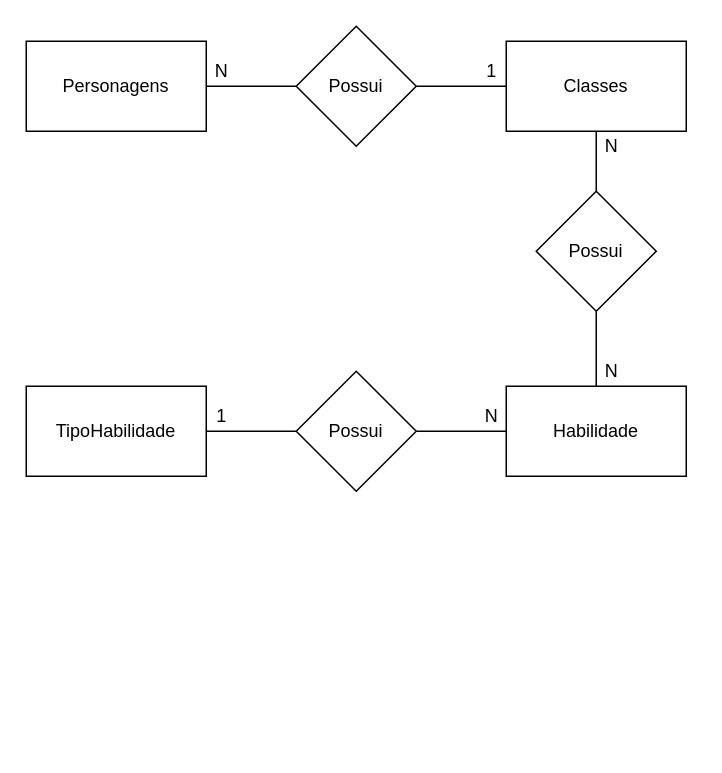
Above: page "conceitual" (1 of 2) of DesafioHROADS/MODELOS/DiagramaConceitualHROADS.drawio in Vitormanoel-melo/Sprint-1_BD_Relacional (draw.io), before the change. Source tidied: cells renumbered, new cells numbered last; positions are measured from the earlier drawing's top-left corner, leaving out a move shared by most shapes. Both pictures are drawn from the tidied source at 150%, with x=0, y=0 at pixel (26, 26).
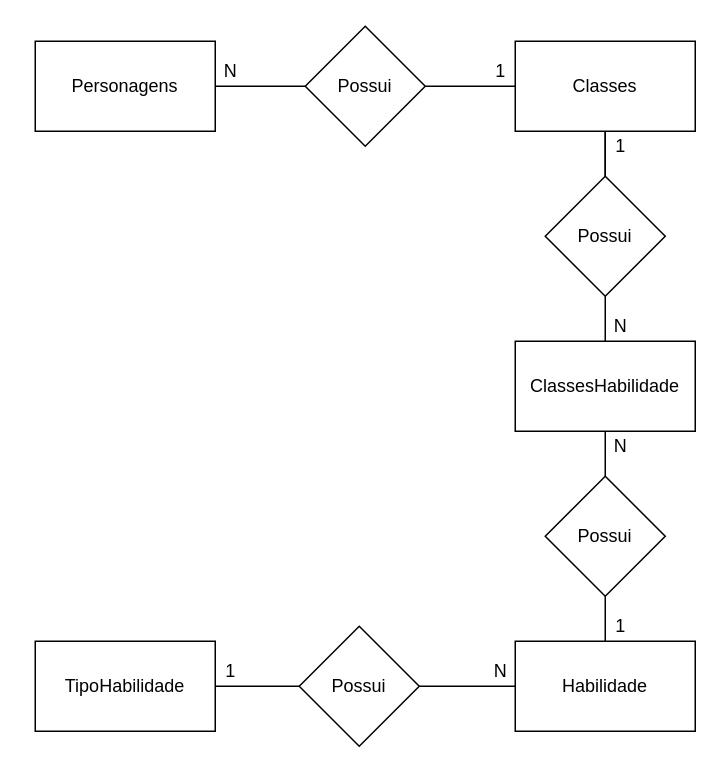
After the change.

The edit, as a diff of the source:
```diff
@@
     <mxCell id="2" value="Personagens" style="rounded=0;whiteSpace=wrap;html=1;" parent="1" vertex="1">
-      <mxGeometry y="10" width="120" height="60" as="geometry" />
+      <mxGeometry x="6" y="10" width="120" height="60" as="geometry" />
     </mxCell>
+    <mxCell id="21" style="edgeStyle=orthogonalEdgeStyle;rounded=0;jettySize=auto;html=1;endArrow=none;endFill=0;" parent="1" edge="1" source="3" target="26">
+      <mxGeometry relative="1" as="geometry" />
+    </mxCell>
     <mxCell id="3" value="Classes" style="rounded=0;whiteSpace=wrap;html=1;" parent="1" vertex="1">
-      <mxGeometry x="320" y="10" width="120" height="60" as="geometry" />
+      <mxGeometry x="326" y="10" width="120" height="60" as="geometry" />
     </mxCell>
     <mxCell id="4" value="Habilidade" style="rounded=0;whiteSpace=wrap;html=1;" parent="1" vertex="1">
-      <mxGeometry x="320" y="240" width="120" height="60" as="geometry" />
+      <mxGeometry x="326" y="410" width="120" height="60" as="geometry" />
     </mxCell>
     <mxCell id="5" value="TipoHabilidade" style="rounded=0;whiteSpace=wrap;html=1;" parent="1" vertex="1">
-      <mxGeometry y="240" width="120" height="60" as="geometry" />
+      <mxGeometry x="6" y="410" width="120" height="60" as="geometry" />
     </mxCell>
@@
     <mxCell id="8" value="Possui" style="rhombus;whiteSpace=wrap;html=1;" parent="1" vertex="1">
-      <mxGeometry x="180" width="80" height="80" as="geometry" />
+      <mxGeometry x="186" width="80" height="80" as="geometry" />
     </mxCell>
     <mxCell id="9" value="N" style="text;html=1;align=center;verticalAlign=middle;" parent="1" vertex="1">
-      <mxGeometry x="120" y="20" width="20" height="20" as="geometry" />
+      <mxGeometry x="126" y="20" width="20" height="20" as="geometry" />
     </mxCell>
     <mxCell id="10" value="1" style="text;html=1;align=center;verticalAlign=middle;" parent="1" vertex="1">
-      <mxGeometry x="300" y="20" width="20" height="20" as="geometry" />
+      <mxGeometry x="306" y="20" width="20" height="20" as="geometry" />
     </mxCell>
-    <mxCell id="11" style="edgeStyle=orthogonalEdgeStyle;rounded=0;jettySize=auto;html=1;endArrow=none;endFill=0;" parent="1" edge="1" source="13" target="3">
-      <mxGeometry relative="1" as="geometry" />
-    </mxCell>
@@
+    <mxCell id="22" style="edgeStyle=orthogonalEdgeStyle;rounded=0;jettySize=auto;html=1;endArrow=none;endFill=0;" parent="1" edge="1" source="13" target="23">
+      <mxGeometry relative="1" as="geometry" />
+    </mxCell>
     <mxCell id="13" value="Possui" style="rhombus;whiteSpace=wrap;html=1;" parent="1" vertex="1">
-      <mxGeometry x="340" y="110" width="80" height="80" as="geometry" />
+      <mxGeometry x="346" y="300" width="80" height="80" as="geometry" />
     </mxCell>
-    <mxCell id="14" value="N" style="text;html=1;align=center;verticalAlign=middle;" parent="1" vertex="1">
-      <mxGeometry x="380" y="220" width="20" height="20" as="geometry" />
+    <mxCell id="14" value="1" style="text;html=1;align=center;verticalAlign=middle;" parent="1" vertex="1">
+      <mxGeometry x="386" y="390" width="20" height="20" as="geometry" />
     </mxCell>
-    <mxCell id="15" value="N" style="text;html=1;align=center;verticalAlign=middle;" parent="1" vertex="1">
-      <mxGeometry x="380" y="70" width="20" height="20" as="geometry" />
-    </mxCell>
@@
     <mxCell id="18" value="Possui" style="rhombus;whiteSpace=wrap;html=1;" parent="1" vertex="1">
-      <mxGeometry x="180" y="230" width="80" height="80" as="geometry" />
+      <mxGeometry x="182" y="400" width="80" height="80" as="geometry" />
     </mxCell>
     <mxCell id="19" value="1" style="text;html=1;align=center;verticalAlign=middle;" parent="1" vertex="1">
-      <mxGeometry x="120" y="250" width="20" height="20" as="geometry" />
+      <mxGeometry x="126" y="420" width="20" height="20" as="geometry" />
     </mxCell>
     <mxCell id="20" value="N" style="text;html=1;align=center;verticalAlign=middle;" parent="1" vertex="1">
-      <mxGeometry x="300" y="250" width="20" height="20" as="geometry" />
+      <mxGeometry x="306" y="420" width="20" height="20" as="geometry" />
     </mxCell>
+    <mxCell id="23" value="ClassesHabilidade" style="rounded=0;whiteSpace=wrap;html=1;" parent="1" vertex="1">
+      <mxGeometry x="326" y="210" width="120" height="60" as="geometry" />
+    </mxCell>
+    <mxCell id="24" style="edgeStyle=orthogonalEdgeStyle;rounded=0;jettySize=auto;html=1;endArrow=none;endFill=0;" parent="1" edge="1" source="26" target="23">
+      <mxGeometry relative="1" as="geometry" />
+    </mxCell>
+    <mxCell id="25" style="edgeStyle=orthogonalEdgeStyle;rounded=0;jettySize=auto;html=1;endArrow=none;endFill=0;" parent="1" edge="1" source="26" target="3">
+      <mxGeometry relative="1" as="geometry" />
+    </mxCell>
+    <mxCell id="26" value="Possui" style="rhombus;whiteSpace=wrap;html=1;" parent="1" vertex="1">
+      <mxGeometry x="346" y="100" width="80" height="80" as="geometry" />
+    </mxCell>
+    <mxCell id="27" value="1" style="text;html=1;align=center;verticalAlign=middle;strokeColor=none;" parent="1" vertex="1">
+      <mxGeometry x="386" y="70" width="20" height="20" as="geometry" />
+    </mxCell>
+    <mxCell id="28" value="N" style="text;html=1;align=center;verticalAlign=middle;strokeColor=none;" parent="1" vertex="1">
+      <mxGeometry x="386" y="190" width="20" height="20" as="geometry" />
+    </mxCell>
+    <mxCell id="29" value="N" style="text;html=1;align=center;verticalAlign=middle;strokeColor=none;" parent="1" vertex="1">
+      <mxGeometry x="386" y="270" width="20" height="20" as="geometry" />
+    </mxCell>
```
